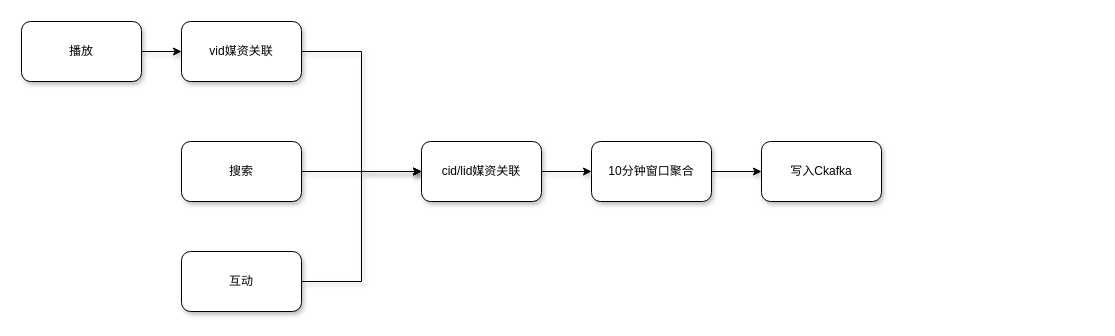
Earlier version of the draw.io diagram page "汇总" (1 of 2) of hot_value_basic_index_design.drawio (Arthur-Lanc/drawio). Source tidied: cells renumbered, new cells numbered last; positions are measured from the earlier drawing's top-left corner, leaving out a move shared by most shapes. Both pictures are drawn from the tidied source at 100%, with x=0, y=0 at pixel (21, 21).
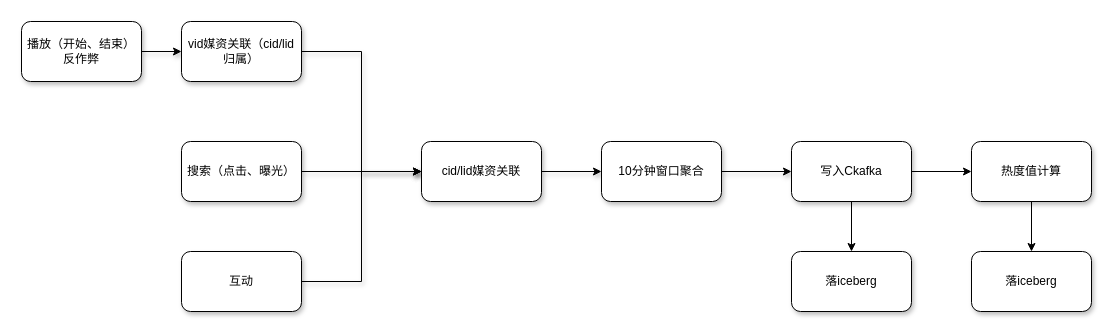
After the change.

The edit, as a diff of the source:
```diff
@@
-    <mxCell id="3" value="播放" style="rounded=1;whiteSpace=wrap;html=1;shadow=1;" parent="1" vertex="1">
+    <mxCell id="3" value="播放（开始、结束）反作弊" style="rounded=1;whiteSpace=wrap;html=1;shadow=1;" parent="1" vertex="1">
       <mxGeometry width="120" height="60" as="geometry" />
     </mxCell>
@@
-    <mxCell id="5" value="搜索" style="rounded=1;whiteSpace=wrap;html=1;shadow=1;" parent="1" vertex="1">
+    <mxCell id="5" value="搜索（点击、曝光）" style="rounded=1;whiteSpace=wrap;html=1;shadow=1;" parent="1" vertex="1">
       <mxGeometry x="160" y="120" width="120" height="60" as="geometry" />
     </mxCell>
@@
-    <mxCell id="9" value="vid媒资关联" style="rounded=1;whiteSpace=wrap;html=1;shadow=1;" parent="1" vertex="1">
+    <mxCell id="9" value="vid媒资关联（cid/lid归属）" style="rounded=1;whiteSpace=wrap;html=1;shadow=1;" parent="1" vertex="1">
       <mxGeometry x="160" width="120" height="60" as="geometry" />
     </mxCell>
@@
     <mxCell id="13" value="10分钟窗口聚合" style="rounded=1;whiteSpace=wrap;html=1;shadow=1;" parent="1" vertex="1">
-      <mxGeometry x="570" y="120" width="120" height="60" as="geometry" />
+      <mxGeometry x="580" y="120" width="120" height="60" as="geometry" />
     </mxCell>
+    <mxCell id="15" style="edgeStyle=orthogonalEdgeStyle;rounded=0;hachureGap=4;jettySize=auto;html=1;fontFamily=Architects Daughter;fontSize=16;" parent="1" edge="1" source="14" target="17">
+      <mxGeometry relative="1" as="geometry" />
+    </mxCell>
+    <mxCell id="16" style="edgeStyle=orthogonalEdgeStyle;rounded=0;hachureGap=4;jettySize=auto;html=1;fontFamily=Architects Daughter;fontSize=16;" parent="1" edge="1" source="14" target="19">
+      <mxGeometry relative="1" as="geometry" />
+    </mxCell>
     <mxCell id="14" value="写入Ckafka" style="rounded=1;whiteSpace=wrap;html=1;shadow=1;" parent="1" vertex="1">
-      <mxGeometry x="740" y="120" width="120" height="60" as="geometry" />
+      <mxGeometry x="770" y="120" width="120" height="60" as="geometry" />
     </mxCell>
+    <mxCell id="17" value="落iceberg" style="rounded=1;whiteSpace=wrap;html=1;shadow=1;" parent="1" vertex="1">
+      <mxGeometry x="770" y="230" width="120" height="60" as="geometry" />
+    </mxCell>
+    <mxCell id="18" style="edgeStyle=orthogonalEdgeStyle;rounded=0;hachureGap=4;jettySize=auto;html=1;fontFamily=Architects Daughter;fontSize=16;" parent="1" edge="1" source="19" target="20">
+      <mxGeometry relative="1" as="geometry" />
+    </mxCell>
+    <mxCell id="19" value="热度值计算" style="rounded=1;whiteSpace=wrap;html=1;shadow=1;" parent="1" vertex="1">
+      <mxGeometry x="950" y="120" width="120" height="60" as="geometry" />
+    </mxCell>
+    <mxCell id="20" value="落iceberg" style="rounded=1;whiteSpace=wrap;html=1;shadow=1;" parent="1" vertex="1">
+      <mxGeometry x="950" y="230" width="120" height="60" as="geometry" />
+    </mxCell>
```
